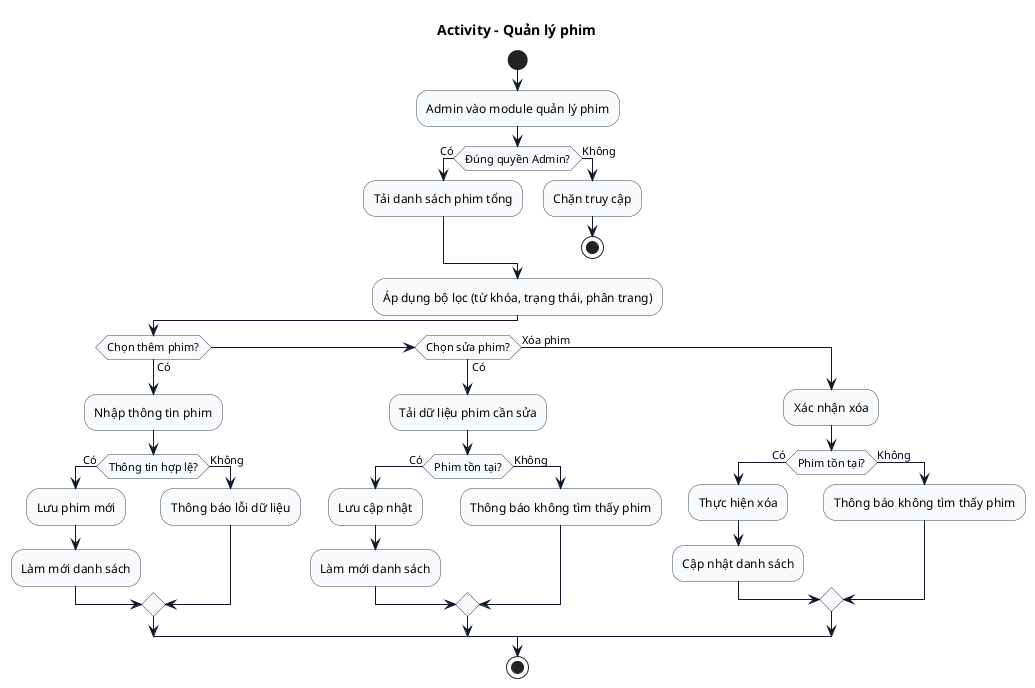
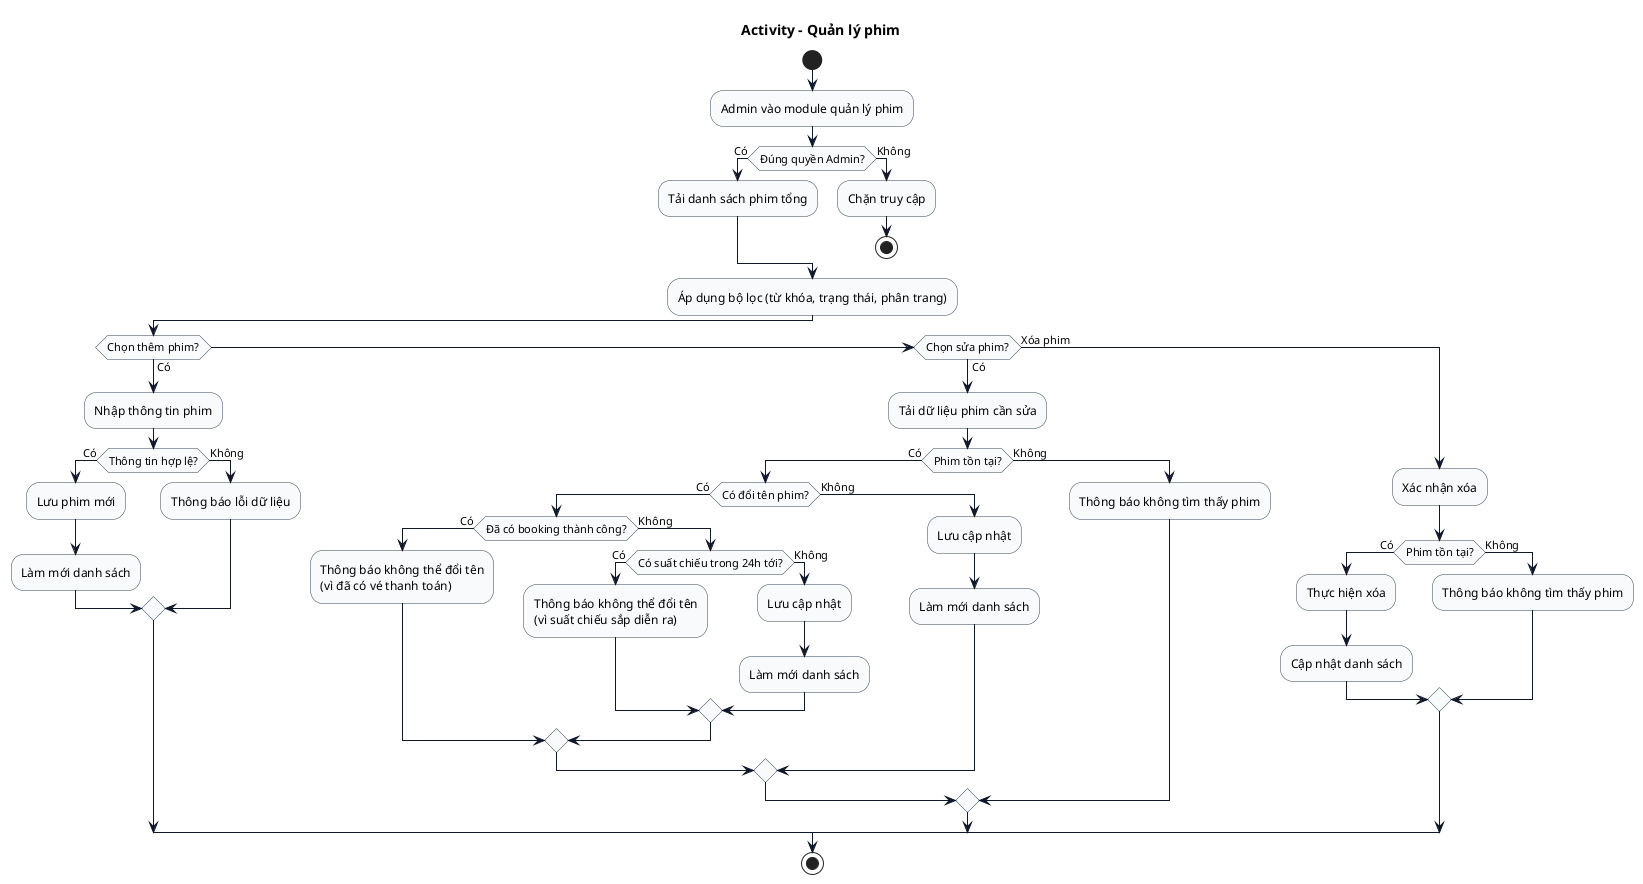
@startuml
skinparam shadowing false
skinparam activity {
  BackgroundColor #F8FAFC
  BorderColor #334155
  ArrowColor #0F172A
}

title Activity - Quản lý phim

start
:Admin vào module quản lý phim;
if (Đúng quyền Admin?) then (Có)
  :Tải danh sách phim tổng;
else (Không)
  :Chặn truy cập;
  stop
endif

:Áp dụng bộ lọc (từ khóa, trạng thái, phân trang);

if (Chọn thêm phim?) then (Có)
  :Nhập thông tin phim;
  if (Thông tin hợp lệ?) then (Có)
    :Lưu phim mới;
    :Làm mới danh sách;
  else (Không)
    :Thông báo lỗi dữ liệu;
  endif
elseif (Chọn sửa phim?) then (Có)
  :Tải dữ liệu phim cần sửa;
  if (Phim tồn tại?) then (Có)
-     :Lưu cập nhật;
-     :Làm mới danh sách;
+     if (Có đổi tên phim?) then (Có)
+       if (Đã có booking thành công?) then (Có)
+         :Thông báo không thể đổi tên\n(vì đã có vé thanh toán);
+       else (Không)
+         if (Có suất chiếu trong 24h tới?) then (Có)
+           :Thông báo không thể đổi tên\n(vì suất chiếu sắp diễn ra);
+         else (Không)
+           :Lưu cập nhật;
+           :Làm mới danh sách;
+         endif
+       endif
+     else (Không)
+       :Lưu cập nhật;
+       :Làm mới danh sách;
+     endif
  else (Không)
    :Thông báo không tìm thấy phim;
  endif
else (Xóa phim)
  :Xác nhận xóa;
  if (Phim tồn tại?) then (Có)
    :Thực hiện xóa;
    :Cập nhật danh sách;
  else (Không)
    :Thông báo không tìm thấy phim;
  endif
endif
stop
@enduml

